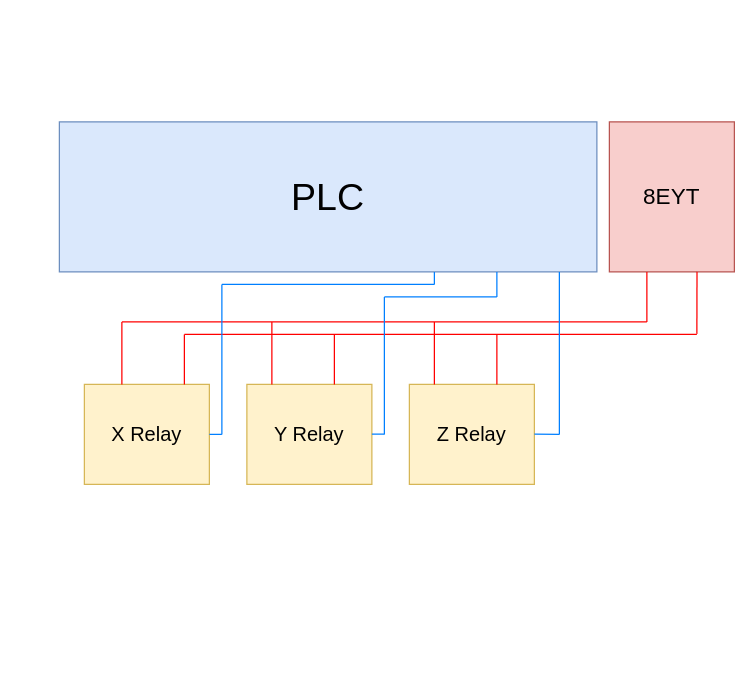
Winston2337/drawIO keeps this draw.io diagram as diagram/CNC_systemDiagram.drawio. Above is the earlier version. Source tidied: cells renumbered, new cells numbered last; positions are measured from the earlier drawing's top-left corner, leaving out a move shared by most shapes. Both pictures are drawn from the tidied source at 125%, with x=0, y=0 at pixel (59, 121).
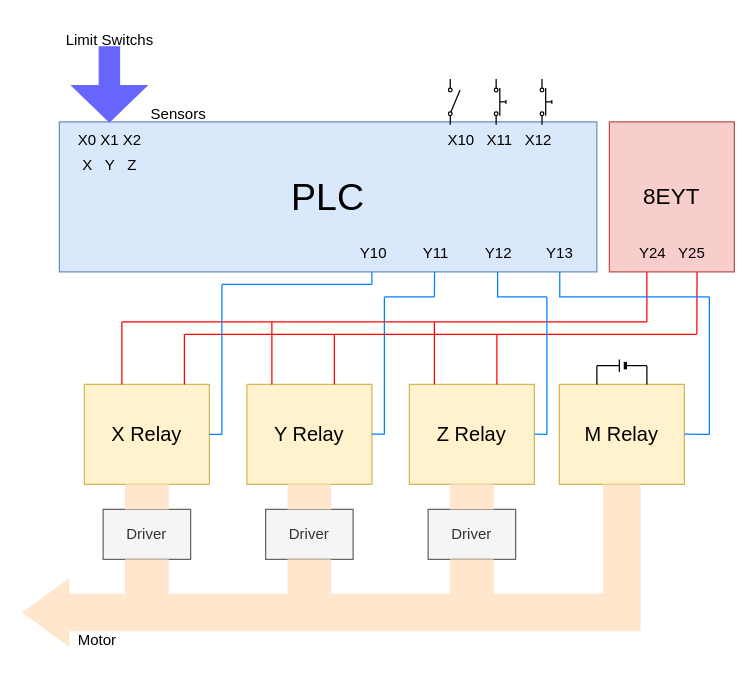
The same page after the edit.

Diff of the diagram source:
```diff
@@
     <mxCell id="17" style="endArrow=none;html=1;rounded=0;strokeColor=#007FFF;" parent="1" edge="1">
       <mxGeometry relative="1" as="geometry">
-        <mxPoint x="300" y="130" as="sourcePoint" />
-        <mxPoint x="300" y="120" as="targetPoint" />
+        <mxPoint x="250" y="130" as="sourcePoint" />
+        <mxPoint x="250" y="120" as="targetPoint" />
       </mxGeometry>
     </mxCell>
     <mxCell id="18" style="endArrow=none;html=1;rounded=0;strokeColor=#007FFF;" parent="1" edge="1">
       <mxGeometry relative="1" as="geometry">
         <mxPoint x="130" y="130" as="sourcePoint" />
-        <mxPoint x="300" y="130" as="targetPoint" />
+        <mxPoint x="250" y="130" as="targetPoint" />
       </mxGeometry>
     </mxCell>
@@
-    <mxCell id="21" style="endArrow=none;html=1;rounded=0;strokeColor=#007FFF;" parent="1" edge="1">
+    <mxCell id="21" style="endArrow=none;html=1;rounded=0;strokeColor=#007FFF;entryX=0.486;entryY=0.994;entryDx=0;entryDy=0;entryPerimeter=0;" parent="1" edge="1" target="34">
       <mxGeometry relative="1" as="geometry">
-        <mxPoint x="350" y="140" as="sourcePoint" />
-        <mxPoint x="350" y="120" as="targetPoint" />
+        <mxPoint x="300" y="140" as="sourcePoint" />
       </mxGeometry>
     </mxCell>
     <mxCell id="22" style="endArrow=none;html=1;rounded=0;strokeColor=#007FFF;" parent="1" edge="1">
       <mxGeometry relative="1" as="geometry">
         <mxPoint x="260" y="140" as="sourcePoint" />
-        <mxPoint x="350" y="140" as="targetPoint" />
+        <mxPoint x="300" y="140" as="targetPoint" />
       </mxGeometry>
     </mxCell>
@@
     <mxCell id="25" style="endArrow=none;html=1;rounded=0;strokeColor=#007FFF;" parent="1" edge="1">
       <mxGeometry relative="1" as="geometry">
-        <mxPoint x="400" y="250" as="sourcePoint" />
-        <mxPoint x="400" y="120" as="targetPoint" />
+        <mxPoint x="390" y="250" as="sourcePoint" />
+        <mxPoint x="390" y="140" as="targetPoint" />
       </mxGeometry>
     </mxCell>
     <mxCell id="26" style="endArrow=none;html=1;rounded=0;exitX=1;exitY=0.5;exitDx=0;exitDy=0;strokeColor=#007FFF;" parent="1" edge="1">
       <mxGeometry relative="1" as="geometry">
         <mxPoint x="380" y="249.8" as="sourcePoint" />
-        <mxPoint x="400" y="250" as="targetPoint" />
+        <mxPoint x="390" y="250" as="targetPoint" />
       </mxGeometry>
     </mxCell>
+    <mxCell id="27" style="shape=singleArrow;direction=south;whiteSpace=wrap;html=1;arrowWidth=0.2698404947916648;arrowSize=0.4833333333333324;strokeColor=#6666FF;fillColor=#6666FF;" parent="1" vertex="1">
+      <mxGeometry x="10" y="-60" width="60" height="60" as="geometry" />
+    </mxCell>
+    <mxCell id="28" value="X0 X1 X2" style="text;html=1;align=center;verticalAlign=middle;strokeColor=none;fillColor=none;" parent="1" vertex="1">
+      <mxGeometry x="5" width="70" height="30" as="geometry" />
+    </mxCell>
+    <mxCell id="29" value="X&amp;nbsp; &amp;nbsp;Y&amp;nbsp; &amp;nbsp;Z" style="text;html=1;align=center;verticalAlign=middle;strokeColor=none;fillColor=none;" parent="1" vertex="1">
+      <mxGeometry x="5" y="20" width="70" height="30" as="geometry" />
+    </mxCell>
+    <mxCell id="30" style="html=1;shape=mxgraph.electrical.electro-mechanical.singleSwitch;elSwitchState=off;rotation=-90;flipV=1;" parent="1" vertex="1">
+      <mxGeometry x="297.3" y="-20.9" width="36.7" height="9.8" as="geometry" />
+    </mxCell>
+    <mxCell id="31" style="html=1;shape=mxgraph.electrical.electro-mechanical.pushbutton;elSwitchState=off;rotation=-90;flipV=1;" parent="1" vertex="1">
+      <mxGeometry x="334" y="-20.9" width="36.7" height="9.8" as="geometry" />
+    </mxCell>
+    <mxCell id="32" style="html=1;shape=mxgraph.electrical.electro-mechanical.pushbutton;elSwitchState=off;rotation=-90;flipV=1;" parent="1" vertex="1">
+      <mxGeometry x="370.7" y="-20.9" width="36.7" height="9.8" as="geometry" />
+    </mxCell>
+    <mxCell id="33" value="X10&amp;nbsp; &amp;nbsp;X11&amp;nbsp; &amp;nbsp;X12" style="text;html=1;align=center;verticalAlign=middle;strokeColor=none;fillColor=none;" parent="1" vertex="1">
+      <mxGeometry x="297.3" width="110" height="30" as="geometry" />
+    </mxCell>
+    <mxCell id="34" value="Y11" style="text;html=1;align=center;verticalAlign=middle;points=[];strokeColor=none;fillColor=none;" parent="1" vertex="1">
+      <mxGeometry x="280.7" y="90" width="40" height="30" as="geometry" />
+    </mxCell>
+    <mxCell id="35" value="Y10" style="text;html=1;align=center;verticalAlign=middle;strokeColor=none;fillColor=none;" parent="1" vertex="1">
+      <mxGeometry x="230.7" y="90" width="40" height="30" as="geometry" />
+    </mxCell>
+    <mxCell id="36" value="Y12" style="text;html=1;align=center;verticalAlign=middle;strokeColor=none;fillColor=none;" parent="1" vertex="1">
+      <mxGeometry x="330.7" y="90" width="40" height="30" as="geometry" />
+    </mxCell>
+    <mxCell id="37" value="Y24&amp;nbsp; &amp;nbsp;Y25" style="text;html=1;align=center;verticalAlign=middle;strokeColor=none;fillColor=none;" parent="1" vertex="1">
+      <mxGeometry x="450" y="90" width="80" height="30" as="geometry" />
+    </mxCell>
+    <mxCell id="38" value="Limit Switchs" style="text;html=1;align=center;verticalAlign=middle;strokeColor=none;fillColor=none;" parent="1" vertex="1">
+      <mxGeometry x="-5" y="-80" width="90" height="30" as="geometry" />
+    </mxCell>
+    <mxCell id="39" value="Sensors" style="text;html=1;align=center;verticalAlign=middle;strokeColor=none;fillColor=none;" parent="1" vertex="1">
+      <mxGeometry x="60" y="-20.9" width="70" height="30" as="geometry" />
+    </mxCell>
+    <mxCell id="40" value="Driver" style="rounded=0;whiteSpace=wrap;html=1;fillColor=#f5f5f5;fontColor=#333333;strokeColor=#666666;" parent="1" vertex="1">
+      <mxGeometry x="35" y="310" width="70" height="40" as="geometry" />
+    </mxCell>
+    <mxCell id="41" value="Driver" style="rounded=0;whiteSpace=wrap;html=1;fillColor=#f5f5f5;fontColor=#333333;strokeColor=#666666;" parent="1" vertex="1">
+      <mxGeometry x="165" y="310" width="70" height="40" as="geometry" />
+    </mxCell>
+    <mxCell id="42" value="Driver" style="rounded=0;whiteSpace=wrap;html=1;fillColor=#f5f5f5;fontColor=#333333;strokeColor=#666666;" parent="1" vertex="1">
+      <mxGeometry x="295" y="310" width="70" height="40" as="geometry" />
+    </mxCell>
+    <mxCell id="43" style="endArrow=none;html=1;rounded=0;strokeColor=#007FFF;" parent="1" edge="1">
+      <mxGeometry relative="1" as="geometry">
+        <mxPoint x="350" y="140" as="sourcePoint" />
+        <mxPoint x="390" y="140" as="targetPoint" />
+      </mxGeometry>
+    </mxCell>
+    <mxCell id="44" style="endArrow=none;html=1;rounded=0;strokeColor=#007FFF;entryX=0.486;entryY=0.994;entryDx=0;entryDy=0;entryPerimeter=0;" parent="1" edge="1">
+      <mxGeometry relative="1" as="geometry">
+        <mxPoint x="350.6" y="140" as="sourcePoint" />
+        <mxPoint x="350.6" y="120" as="targetPoint" />
+      </mxGeometry>
+    </mxCell>
+    <mxCell id="45" value="M Relay" style="rounded=0;whiteSpace=wrap;html=1;fontSize=16;fillColor=#fff2cc;strokeColor=#d6b656;" parent="1" vertex="1">
+      <mxGeometry x="400" y="210" width="100" height="80" as="geometry" />
+    </mxCell>
+    <mxCell id="46" value="Y13" style="text;html=1;align=center;verticalAlign=middle;strokeColor=none;fillColor=none;" parent="1" vertex="1">
+      <mxGeometry x="380" y="90" width="40" height="30" as="geometry" />
+    </mxCell>
+    <mxCell id="47" style="endArrow=none;html=1;rounded=0;strokeColor=#007FFF;" parent="1" edge="1">
+      <mxGeometry relative="1" as="geometry">
+        <mxPoint x="520" y="250" as="sourcePoint" />
+        <mxPoint x="520" y="140" as="targetPoint" />
+      </mxGeometry>
+    </mxCell>
+    <mxCell id="48" style="endArrow=none;html=1;rounded=0;exitX=1;exitY=0.5;exitDx=0;exitDy=0;strokeColor=#007FFF;" parent="1" edge="1">
+      <mxGeometry relative="1" as="geometry">
+        <mxPoint x="500" y="249.8" as="sourcePoint" />
+        <mxPoint x="520" y="250" as="targetPoint" />
+      </mxGeometry>
+    </mxCell>
+    <mxCell id="49" style="endArrow=none;html=1;rounded=0;strokeColor=#007FFF;" parent="1" edge="1">
+      <mxGeometry relative="1" as="geometry">
+        <mxPoint x="399.7" y="140" as="sourcePoint" />
+        <mxPoint x="520" y="140" as="targetPoint" />
+      </mxGeometry>
+    </mxCell>
+    <mxCell id="50" style="endArrow=none;html=1;rounded=0;strokeColor=#007FFF;entryX=0.486;entryY=0.994;entryDx=0;entryDy=0;entryPerimeter=0;" parent="1" edge="1">
+      <mxGeometry relative="1" as="geometry">
+        <mxPoint x="400.3" y="140" as="sourcePoint" />
+        <mxPoint x="400.3" y="120" as="targetPoint" />
+      </mxGeometry>
+    </mxCell>
+    <mxCell id="51" style="html=1;shadow=0;dashed=0;align=center;verticalAlign=middle;shape=mxgraph.arrows2.bendArrow;dy=15;dx=38;notch=0;arrowHead=55;rounded=0;rotation=-180;fillColor=#ffe6cc;strokeColor=none;" parent="1" vertex="1">
+      <mxGeometry x="-30" y="290" width="495" height="130" as="geometry" />
+    </mxCell>
+    <mxCell id="52" value="Motor" style="text;html=1;align=center;verticalAlign=middle;strokeColor=none;fillColor=none;" parent="1" vertex="1">
+      <mxGeometry x="5" y="400" width="50" height="30" as="geometry" />
+    </mxCell>
+    <mxCell id="53" style="rounded=0;whiteSpace=wrap;html=1;fillColor=#ffe6cc;strokeColor=none;" parent="1" vertex="1">
+      <mxGeometry x="52.5" y="290" width="35" height="20" as="geometry" />
+    </mxCell>
+    <mxCell id="54" style="rounded=0;whiteSpace=wrap;html=1;fillColor=#ffe6cc;strokeColor=none;" parent="1" vertex="1">
+      <mxGeometry x="52.5" y="350" width="35" height="50" as="geometry" />
+    </mxCell>
+    <mxCell id="55" style="rounded=0;whiteSpace=wrap;html=1;fillColor=#ffe6cc;strokeColor=none;" parent="1" vertex="1">
+      <mxGeometry x="182.5" y="290" width="35" height="20" as="geometry" />
+    </mxCell>
+    <mxCell id="56" style="rounded=0;whiteSpace=wrap;html=1;fillColor=#ffe6cc;strokeColor=none;" parent="1" vertex="1">
+      <mxGeometry x="182.5" y="350" width="35" height="50" as="geometry" />
+    </mxCell>
+    <mxCell id="57" style="rounded=0;whiteSpace=wrap;html=1;fillColor=#ffe6cc;strokeColor=none;" parent="1" vertex="1">
+      <mxGeometry x="312.5" y="290" width="35" height="20" as="geometry" />
+    </mxCell>
+    <mxCell id="58" style="rounded=0;whiteSpace=wrap;html=1;fillColor=#ffe6cc;strokeColor=none;" parent="1" vertex="1">
+      <mxGeometry x="312.5" y="350" width="35" height="50" as="geometry" />
+    </mxCell>
+    <mxCell id="59" style="verticalLabelPosition=bottom;shadow=0;dashed=0;align=center;fillColor=strokeColor;html=1;verticalAlign=top;strokeWidth=1;shape=mxgraph.electrical.miscellaneous.monocell_battery;flipV=0;flipH=1;" parent="1" vertex="1">
+      <mxGeometry x="430" y="190" width="40" height="10" as="geometry" />
+    </mxCell>
+    <mxCell id="60" style="endArrow=none;html=1;rounded=0;entryX=1;entryY=0.5;entryDx=0;entryDy=0;entryPerimeter=0;exitX=0.699;exitY=0.004;exitDx=0;exitDy=0;exitPerimeter=0;" parent="1" edge="1" target="59">
+      <mxGeometry relative="1" as="geometry">
+        <mxPoint x="430" y="210" as="sourcePoint" />
+      </mxGeometry>
+    </mxCell>
+    <mxCell id="61" style="endArrow=none;html=1;rounded=0;entryX=1;entryY=0.5;entryDx=0;entryDy=0;entryPerimeter=0;exitX=0.699;exitY=0.004;exitDx=0;exitDy=0;exitPerimeter=0;" parent="1" edge="1">
+      <mxGeometry relative="1" as="geometry">
+        <mxPoint x="470" y="210" as="sourcePoint" />
+        <mxPoint x="470" y="195" as="targetPoint" />
+      </mxGeometry>
+    </mxCell>
```
